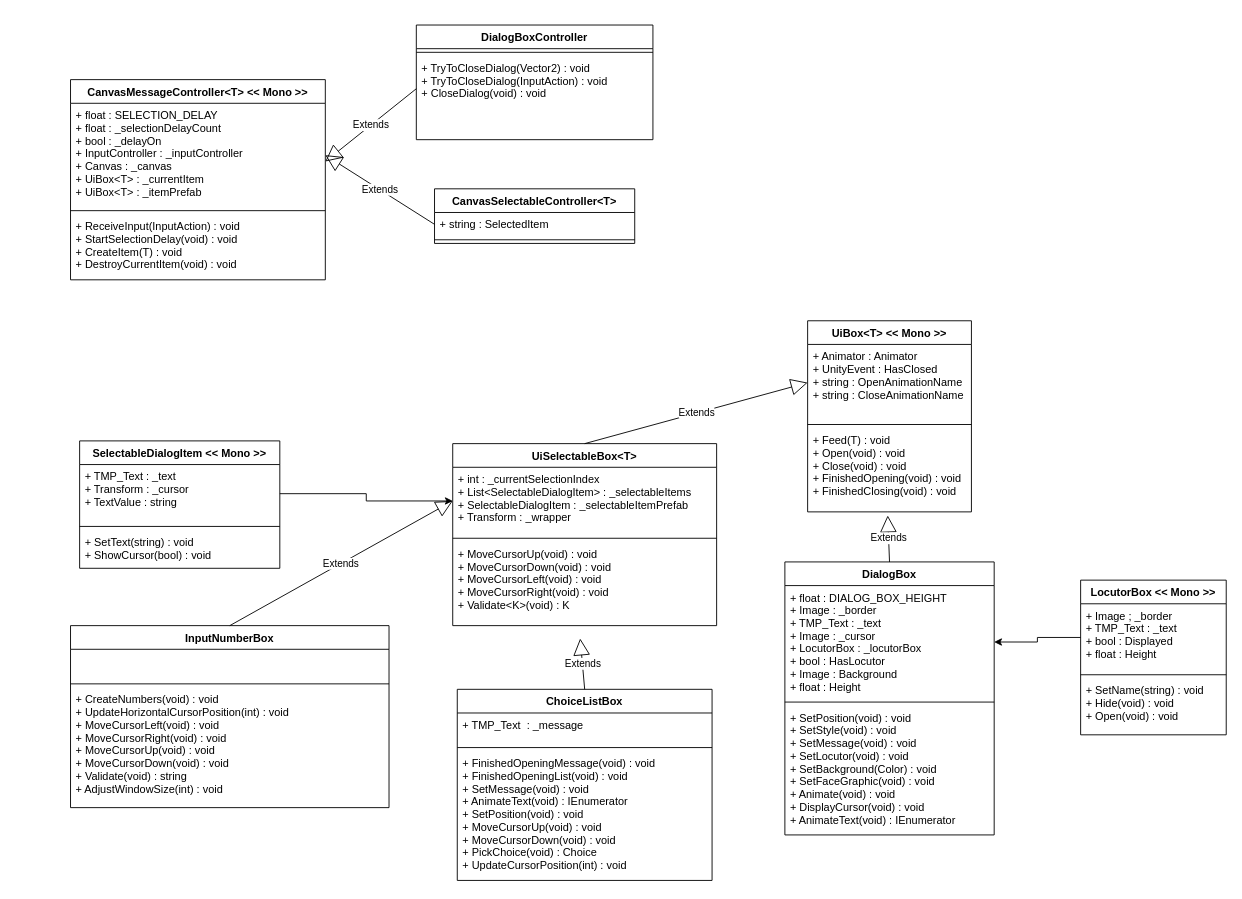
Before: page "Dialogs" (2 of 8) of Ace_Engine.drawio in MaximeJoly96/LC_Unity, a draw.io diagram. Source tidied: cells renumbered, new cells numbered last; positions are measured from the earlier drawing's top-left corner, leaving out a move shared by most shapes. Both pictures are drawn from the tidied source at 91%, with x=0, y=0 at pixel (70, 25).
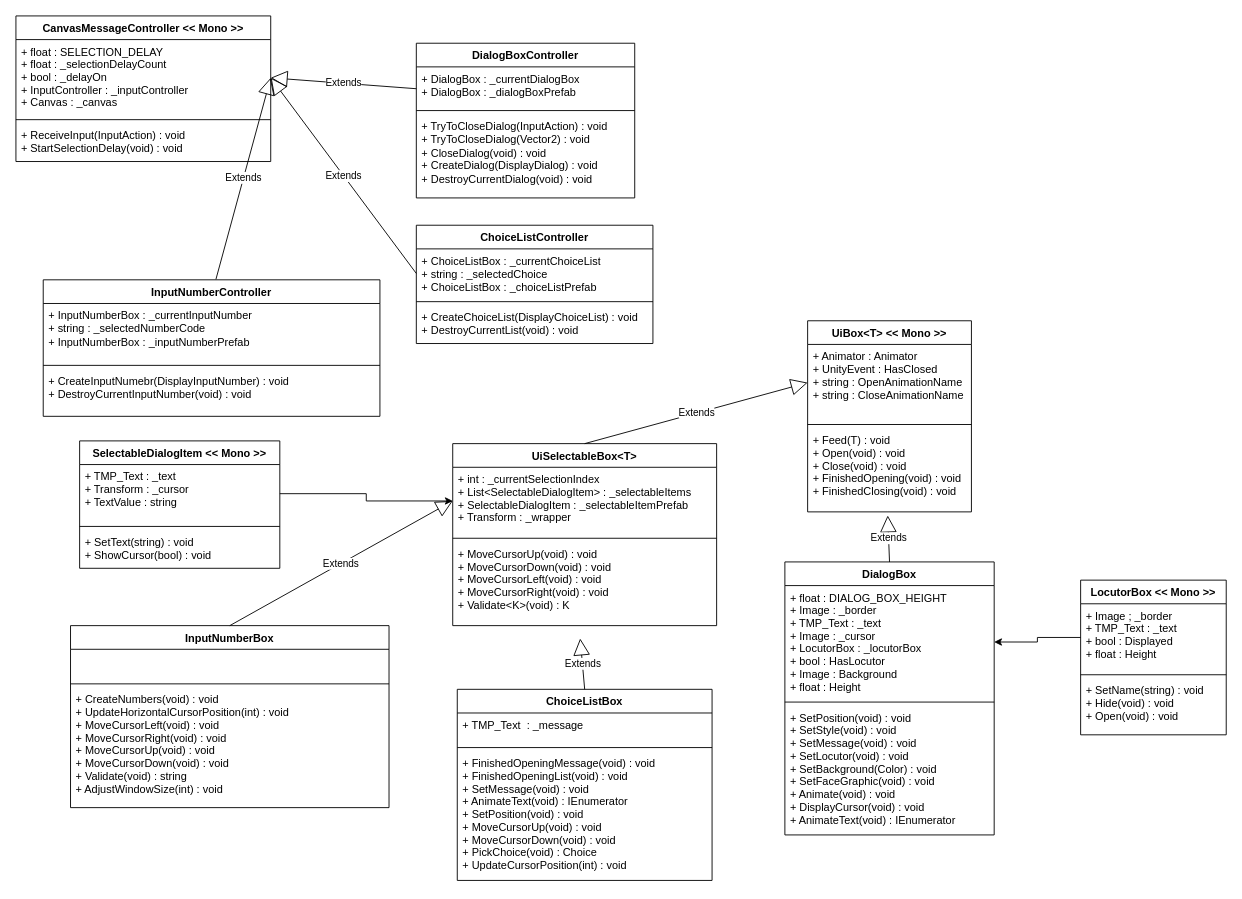
Above is the later version.

Diff of the diagram source:
```diff
@@
-    <mxCell id="2" value="DialogBoxController" style="swimlane;fontStyle=1;align=center;verticalAlign=top;horizontal=1;startSize=26;" parent="1" vertex="1">
-      <mxGeometry x="380" width="260" height="126" as="geometry" />
-    </mxCell>
-    <mxCell id="3" style="line;strokeWidth=1;fillColor=none;align=left;verticalAlign=middle;spacingTop=-1;spacingLeft=3;spacingRight=3;labelPosition=right;strokeColor=inherit;" parent="2" vertex="1">
-      <mxGeometry y="26" width="260" height="8" as="geometry" />
-    </mxCell>
-    <mxCell id="4" value="+ TryToCloseDialog(Vector2) : void&#10;+ TryToCloseDialog(InputAction) : void&#10;+ CloseDialog(void) : void" style="text;strokeColor=none;fillColor=none;align=left;verticalAlign=top;spacingLeft=4;spacingRight=4;overflow=hidden;" parent="2" vertex="1">
-      <mxGeometry y="34" width="260" height="92" as="geometry" />
-    </mxCell>
@@
-    <mxCell id="21" value="CanvasMessageController&lt;T&gt; &lt;&lt; Mono &gt;&gt;" style="swimlane;fontStyle=1;align=center;verticalAlign=top;horizontal=1;startSize=26;" parent="1" vertex="1">
-      <mxGeometry y="60" width="280" height="220" as="geometry" />
+    <mxCell id="21" value="CanvasMessageController &lt;&lt; Mono &gt;&gt;" style="swimlane;fontStyle=1;align=center;verticalAlign=top;horizontal=1;startSize=26;" parent="1" vertex="1">
+      <mxGeometry x="-60" y="-10" width="280" height="160" as="geometry" />
     </mxCell>
-    <mxCell id="22" value="+ float : SELECTION_DELAY&#10;+ float : _selectionDelayCount&#10;+ bool : _delayOn&#10;+ InputController : _inputController&#10;+ Canvas : _canvas&#10;+ UiBox&lt;T&gt; : _currentItem&#10;+ UiBox&lt;T&gt; : _itemPrefab" style="text;strokeColor=none;fillColor=none;align=left;verticalAlign=top;spacingLeft=4;spacingRight=4;overflow=hidden;points=[[0,0.5],[1,0.5]];portConstraint=eastwest;" parent="21" vertex="1">
-      <mxGeometry y="26" width="280" height="114" as="geometry" />
+    <mxCell id="22" value="+ float : SELECTION_DELAY&#10;+ float : _selectionDelayCount&#10;+ bool : _delayOn&#10;+ InputController : _inputController&#10;+ Canvas : _canvas" style="text;strokeColor=none;fillColor=none;align=left;verticalAlign=top;spacingLeft=4;spacingRight=4;overflow=hidden;points=[[0,0.5],[1,0.5]];portConstraint=eastwest;" parent="21" vertex="1">
+      <mxGeometry y="26" width="280" height="84" as="geometry" />
     </mxCell>
     <mxCell id="23" style="line;strokeWidth=1;fillColor=none;align=left;verticalAlign=middle;spacingTop=-1;spacingLeft=3;spacingRight=3;labelPosition=right;strokeColor=inherit;" parent="21" vertex="1">
-      <mxGeometry y="140" width="280" height="8" as="geometry" />
+      <mxGeometry y="110" width="280" height="8" as="geometry" />
     </mxCell>
-    <mxCell id="24" value="+ ReceiveInput(InputAction) : void&#10;+ StartSelectionDelay(void) : void&#10;+ CreateItem(T) : void&#10;+ DestroyCurrentItem(void) : void" style="text;strokeColor=none;fillColor=none;align=left;verticalAlign=top;spacingLeft=4;spacingRight=4;overflow=hidden;" parent="21" vertex="1">
-      <mxGeometry y="148" width="280" height="72" as="geometry" />
+    <mxCell id="24" value="+ ReceiveInput(InputAction) : void&#10;+ StartSelectionDelay(void) : void" style="text;strokeColor=none;fillColor=none;align=left;verticalAlign=top;spacingLeft=4;spacingRight=4;overflow=hidden;" parent="21" vertex="1">
+      <mxGeometry y="118" width="280" height="42" as="geometry" />
     </mxCell>
@@
-    <mxCell id="43" value="CanvasSelectableController&lt;T&gt;" style="swimlane;fontStyle=1;align=center;verticalAlign=top;horizontal=1;startSize=26;" parent="1" vertex="1">
-      <mxGeometry x="400" y="180" width="220" height="60" as="geometry" />
-    </mxCell>
-    <mxCell id="44" value="+ string : SelectedItem" style="text;strokeColor=none;fillColor=none;align=left;verticalAlign=top;spacingLeft=4;spacingRight=4;overflow=hidden;points=[[0,0.5],[1,0.5]];portConstraint=eastwest;" parent="43" vertex="1">
-      <mxGeometry y="26" width="220" height="26" as="geometry" />
-    </mxCell>
-    <mxCell id="45" style="line;strokeWidth=1;fillColor=none;align=left;verticalAlign=middle;spacingTop=-1;spacingLeft=3;spacingRight=3;labelPosition=right;strokeColor=inherit;" parent="43" vertex="1">
-      <mxGeometry y="52" width="220" height="8" as="geometry" />
-    </mxCell>
-    <mxCell id="46" value="Extends" style="endArrow=block;endSize=16;endFill=0;html=1;rounded=0;exitX=0;exitY=0.5;exitDx=0;exitDy=0;entryX=1;entryY=0.5;entryDx=0;entryDy=0;" parent="1" edge="1" source="44" target="22">
+    <mxCell id="46" value="Extends" style="endArrow=block;endSize=16;endFill=0;html=1;rounded=0;exitX=0;exitY=0.5;exitDx=0;exitDy=0;entryX=1;entryY=0.5;entryDx=0;entryDy=0;" parent="1" edge="1" source="52" target="22">
       <mxGeometry relative="1" as="geometry" />
     </mxCell>
-    <mxCell id="47" value="Extends" style="endArrow=block;endSize=16;endFill=0;html=1;rounded=0;" parent="1" edge="1">
+    <mxCell id="47" value="Extends" style="endArrow=block;endSize=16;endFill=0;html=1;rounded=0;entryX=1;entryY=0.5;entryDx=0;entryDy=0;" parent="1" edge="1" target="22">
       <mxGeometry relative="1" as="geometry">
         <mxPoint x="380" y="70" as="sourcePoint" />
-        <mxPoint x="280" y="150" as="targetPoint" />
       </mxGeometry>
     </mxCell>
+    <mxCell id="2" value="DialogBoxController" style="swimlane;fontStyle=1;align=center;verticalAlign=top;horizontal=1;startSize=26;whiteSpace=wrap;html=1;" parent="1" vertex="1">
+      <mxGeometry x="380" y="20" width="240" height="170" as="geometry" />
+    </mxCell>
+    <mxCell id="48" value="+ DialogBox : _currentDialogBox&lt;div&gt;+ DialogBox : _dialogBoxPrefab&lt;/div&gt;" style="text;strokeColor=none;fillColor=none;align=left;verticalAlign=top;spacingLeft=4;spacingRight=4;overflow=hidden;whiteSpace=wrap;html=1;" parent="2" vertex="1">
+      <mxGeometry y="26" width="240" height="44" as="geometry" />
+    </mxCell>
+    <mxCell id="49" style="line;strokeWidth=1;fillColor=none;align=left;verticalAlign=middle;spacingTop=-1;spacingLeft=3;spacingRight=3;labelPosition=right;strokeColor=inherit;" parent="2" vertex="1">
+      <mxGeometry y="70" width="240" height="8" as="geometry" />
+    </mxCell>
+    <mxCell id="50" value="+ TryToCloseDialog(InputAction) : void&lt;div&gt;+ TryToCloseDialog(Vector2) : void&lt;/div&gt;&lt;div&gt;+ CloseDialog(void) : void&lt;/div&gt;&lt;div&gt;+ CreateDialog(DisplayDialog) : void&lt;/div&gt;&lt;div&gt;+ DestroyCurrentDialog(void) : void&lt;/div&gt;" style="text;strokeColor=none;fillColor=none;align=left;verticalAlign=top;spacingLeft=4;spacingRight=4;overflow=hidden;whiteSpace=wrap;html=1;" parent="2" vertex="1">
+      <mxGeometry y="78" width="240" height="92" as="geometry" />
+    </mxCell>
+    <mxCell id="51" value="ChoiceListController" style="swimlane;fontStyle=1;align=center;verticalAlign=top;horizontal=1;startSize=26;whiteSpace=wrap;html=1;" parent="1" vertex="1">
+      <mxGeometry x="380" y="220" width="260" height="130" as="geometry" />
+    </mxCell>
+    <mxCell id="52" value="+ ChoiceListBox : _currentChoiceList&lt;div&gt;+ string : _selectedChoice&lt;/div&gt;&lt;div&gt;+ ChoiceListBox : _choiceListPrefab&lt;/div&gt;" style="text;strokeColor=none;fillColor=none;align=left;verticalAlign=top;spacingLeft=4;spacingRight=4;overflow=hidden;points=[[0,0.5],[1,0.5]];portConstraint=eastwest;whiteSpace=wrap;html=1;" parent="51" vertex="1">
+      <mxGeometry y="26" width="260" height="54" as="geometry" />
+    </mxCell>
+    <mxCell id="53" style="line;strokeWidth=1;fillColor=none;align=left;verticalAlign=middle;spacingTop=-1;spacingLeft=3;spacingRight=3;labelPosition=right;strokeColor=inherit;" parent="51" vertex="1">
+      <mxGeometry y="80" width="260" height="8" as="geometry" />
+    </mxCell>
+    <mxCell id="54" value="+ CreateChoiceList(DisplayChoiceList) : void&lt;div&gt;+ DestroyCurrentList(void) : void&lt;/div&gt;" style="text;strokeColor=none;fillColor=none;align=left;verticalAlign=top;spacingLeft=4;spacingRight=4;overflow=hidden;whiteSpace=wrap;html=1;" parent="51" vertex="1">
+      <mxGeometry y="88" width="260" height="42" as="geometry" />
+    </mxCell>
+    <mxCell id="55" value="InputNumberController" style="swimlane;fontStyle=1;align=center;verticalAlign=top;horizontal=1;startSize=26;whiteSpace=wrap;html=1;" parent="1" vertex="1">
+      <mxGeometry x="-30" y="280" width="370" height="150" as="geometry" />
+    </mxCell>
+    <mxCell id="56" value="+ InputNumberBox : _currentInputNumber&lt;div&gt;+ string : _selectedNumberCode&lt;/div&gt;&lt;div&gt;+ InputNumberBox : _inputNumberPrefab&lt;/div&gt;" style="text;strokeColor=none;fillColor=none;align=left;verticalAlign=top;spacingLeft=4;spacingRight=4;overflow=hidden;whiteSpace=wrap;html=1;" parent="55" vertex="1">
+      <mxGeometry y="26" width="370" height="64" as="geometry" />
+    </mxCell>
+    <mxCell id="57" style="line;strokeWidth=1;fillColor=none;align=left;verticalAlign=middle;spacingTop=-1;spacingLeft=3;spacingRight=3;labelPosition=right;strokeColor=inherit;" parent="55" vertex="1">
+      <mxGeometry y="90" width="370" height="8" as="geometry" />
+    </mxCell>
+    <mxCell id="58" value="+ CreateInputNumebr(DisplayInputNumber) : void&lt;div&gt;+ DestroyCurrentInputNumber(void) : void&lt;/div&gt;" style="text;strokeColor=none;fillColor=none;align=left;verticalAlign=top;spacingLeft=4;spacingRight=4;overflow=hidden;whiteSpace=wrap;html=1;" parent="55" vertex="1">
+      <mxGeometry y="98" width="370" height="52" as="geometry" />
+    </mxCell>
+    <mxCell id="59" value="Extends" style="endArrow=block;endSize=16;endFill=0;html=1;rounded=0;entryX=1;entryY=0.5;entryDx=0;entryDy=0;exitX=0.513;exitY=-0.004;exitDx=0;exitDy=0;exitPerimeter=0;" parent="1" edge="1" source="55" target="22">
+      <mxGeometry relative="1" as="geometry" />
+    </mxCell>
```
